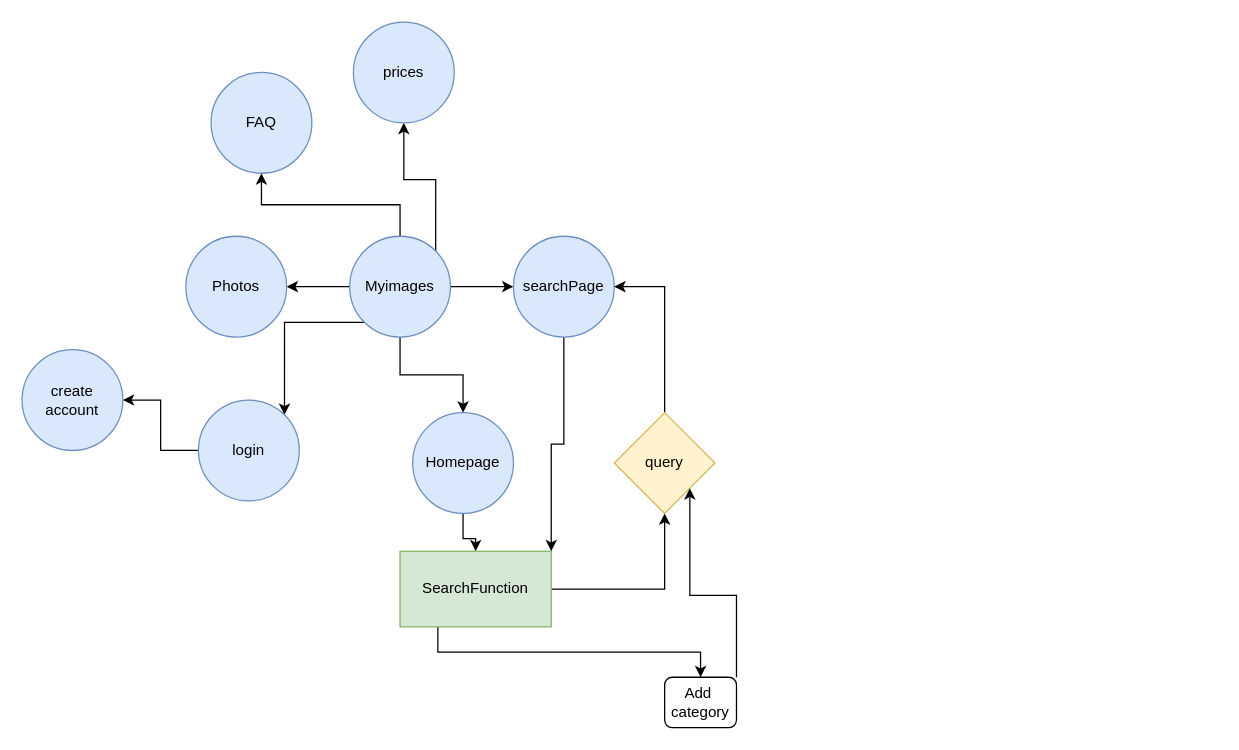
This is flowChart.drawio from JoakimSP/my-images, a draw.io file, before an edit. Source tidied: cells renumbered, new cells numbered last; positions are measured from the earlier drawing's top-left corner, leaving out a move shared by most shapes. Both pictures are drawn from the tidied source at 126%, with x=0, y=0 at pixel (21, 21).
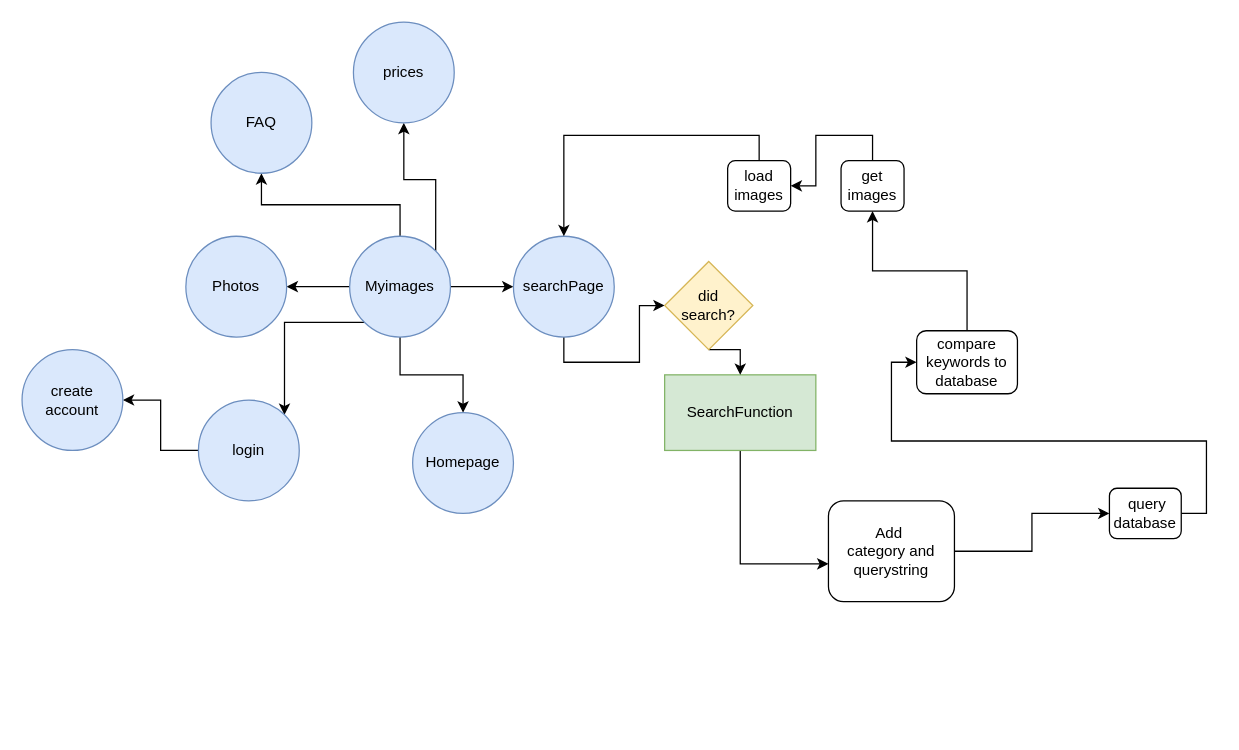
The same diagram, later.

Unchanged cells that the change refers to:
```xml
<mxCell id="10" value="Homepage" style="ellipse;whiteSpace=wrap;html=1;fillColor=#dae8fc;strokeColor=#6c8ebf;" parent="1" vertex="1">
  <mxGeometry x="310" y="310" width="80" height="80" as="geometry" />
</mxCell>
<mxCell id="15" value="searchPage" style="ellipse;whiteSpace=wrap;html=1;fillColor=#dae8fc;strokeColor=#6c8ebf;" parent="1" vertex="1">
  <mxGeometry x="390" y="170" width="80" height="80" as="geometry" />
</mxCell>
```

Change to the diagram source:
```diff
@@
-    <mxCell id="9" style="edgeStyle=orthogonalEdgeStyle;rounded=0;jettySize=auto;html=1;exitX=0.5;exitY=1;exitDx=0;exitDy=0;" parent="1" edge="1" source="10" target="13">
-      <mxGeometry relative="1" as="geometry" />
-    </mxCell>
@@
-    <mxCell id="11" style="edgeStyle=orthogonalEdgeStyle;rounded=0;jettySize=auto;html=1;exitX=1;exitY=0.5;exitDx=0;exitDy=0;entryX=0.5;entryY=1;entryDx=0;entryDy=0;" parent="1" edge="1" source="13" target="23">
-      <mxGeometry relative="1" as="geometry" />
-    </mxCell>
-    <mxCell id="12" style="edgeStyle=orthogonalEdgeStyle;rounded=0;jettySize=auto;html=1;exitX=0.25;exitY=1;exitDx=0;exitDy=0;entryX=0.5;entryY=0;entryDx=0;entryDy=0;" parent="1" edge="1" source="13" target="25">
-      <mxGeometry relative="1" as="geometry" />
-    </mxCell>
+    <mxCell id="26" style="edgeStyle=orthogonalEdgeStyle;rounded=0;jettySize=auto;html=1;exitX=0.5;exitY=1;exitDx=0;exitDy=0;entryX=0;entryY=0.625;entryDx=0;entryDy=0;entryPerimeter=0;" parent="1" edge="1" source="13" target="39">
+      <mxGeometry relative="1" as="geometry" />
+    </mxCell>
     <mxCell id="13" value="SearchFunction" style="whiteSpace=wrap;html=1;fillColor=#d5e8d4;strokeColor=#82b366;" parent="1" vertex="1">
-      <mxGeometry x="300" y="420" width="120" height="60" as="geometry" />
+      <mxGeometry x="510" y="280" width="120" height="60" as="geometry" />
     </mxCell>
-    <mxCell id="14" style="edgeStyle=orthogonalEdgeStyle;rounded=0;jettySize=auto;html=1;exitX=0.5;exitY=1;exitDx=0;exitDy=0;entryX=1;entryY=0;entryDx=0;entryDy=0;" parent="1" edge="1" source="15" target="13">
-      <mxGeometry relative="1" as="geometry" />
-    </mxCell>
+    <mxCell id="27" style="edgeStyle=orthogonalEdgeStyle;rounded=0;jettySize=auto;html=1;exitX=0.5;exitY=1;exitDx=0;exitDy=0;entryX=0;entryY=0.5;entryDx=0;entryDy=0;" parent="1" edge="1" source="15" target="37">
+      <mxGeometry relative="1" as="geometry" />
+    </mxCell>
@@
-    <mxCell id="22" style="edgeStyle=orthogonalEdgeStyle;rounded=0;jettySize=auto;html=1;exitX=0.5;exitY=0;exitDx=0;exitDy=0;entryX=1;entryY=0.5;entryDx=0;entryDy=0;" parent="1" edge="1" source="23" target="15">
-      <mxGeometry relative="1" as="geometry" />
-    </mxCell>
-    <mxCell id="23" value="query" style="rhombus;whiteSpace=wrap;html=1;fillColor=#fff2cc;strokeColor=#d6b656;" parent="1" vertex="1">
-      <mxGeometry x="470" y="310" width="80" height="80" as="geometry" />
-    </mxCell>
-    <mxCell id="24" style="edgeStyle=orthogonalEdgeStyle;rounded=0;jettySize=auto;html=1;exitX=1;exitY=0;exitDx=0;exitDy=0;entryX=1;entryY=1;entryDx=0;entryDy=0;" parent="1" edge="1" source="25" target="23">
-      <mxGeometry relative="1" as="geometry" />
-    </mxCell>
-    <mxCell id="25" value="Add&amp;nbsp;&lt;br&gt;category" style="rounded=1;whiteSpace=wrap;html=1;" parent="1" vertex="1">
-      <mxGeometry x="510" y="520" width="57" height="40" as="geometry" />
-    </mxCell>
+    <mxCell id="28" style="edgeStyle=orthogonalEdgeStyle;rounded=0;jettySize=auto;html=1;exitX=1;exitY=0.5;exitDx=0;exitDy=0;entryX=0;entryY=0.5;entryDx=0;entryDy=0;" parent="1" edge="1" source="29" target="31">
+      <mxGeometry relative="1" as="geometry" />
+    </mxCell>
+    <mxCell id="29" value="&amp;nbsp;query database" style="rounded=1;whiteSpace=wrap;html=1;" parent="1" vertex="1">
+      <mxGeometry x="863" y="370" width="57" height="40" as="geometry" />
+    </mxCell>
+    <mxCell id="30" style="edgeStyle=orthogonalEdgeStyle;rounded=0;jettySize=auto;html=1;exitX=0.5;exitY=0;exitDx=0;exitDy=0;entryX=0.5;entryY=1;entryDx=0;entryDy=0;" parent="1" edge="1" source="31" target="35">
+      <mxGeometry relative="1" as="geometry" />
+    </mxCell>
+    <mxCell id="31" value="compare keywords to database" style="rounded=1;whiteSpace=wrap;html=1;" parent="1" vertex="1">
+      <mxGeometry x="710" y="245" width="80" height="50" as="geometry" />
+    </mxCell>
+    <mxCell id="32" style="edgeStyle=orthogonalEdgeStyle;rounded=0;jettySize=auto;html=1;exitX=0.5;exitY=0;exitDx=0;exitDy=0;entryX=0.5;entryY=0;entryDx=0;entryDy=0;" parent="1" edge="1" source="33" target="15">
+      <mxGeometry relative="1" as="geometry" />
+    </mxCell>
+    <mxCell id="33" value="load &lt;br&gt;images" style="rounded=1;whiteSpace=wrap;html=1;" parent="1" vertex="1">
+      <mxGeometry x="560" y="110" width="50" height="40" as="geometry" />
+    </mxCell>
+    <mxCell id="34" style="edgeStyle=orthogonalEdgeStyle;rounded=0;jettySize=auto;html=1;exitX=0.5;exitY=0;exitDx=0;exitDy=0;entryX=1;entryY=0.5;entryDx=0;entryDy=0;" parent="1" edge="1" source="35" target="33">
+      <mxGeometry relative="1" as="geometry" />
+    </mxCell>
+    <mxCell id="35" value="get&lt;br&gt;images" style="rounded=1;whiteSpace=wrap;html=1;" parent="1" vertex="1">
+      <mxGeometry x="650" y="110" width="50" height="40" as="geometry" />
+    </mxCell>
+    <mxCell id="36" style="edgeStyle=orthogonalEdgeStyle;rounded=0;jettySize=auto;html=1;exitX=0.5;exitY=1;exitDx=0;exitDy=0;entryX=0.5;entryY=0;entryDx=0;entryDy=0;" parent="1" edge="1" source="37" target="13">
+      <mxGeometry relative="1" as="geometry" />
+    </mxCell>
+    <mxCell id="37" value="did&lt;br&gt;search?" style="rhombus;whiteSpace=wrap;html=1;fillColor=#fff2cc;strokeColor=#d6b656;" parent="1" vertex="1">
+      <mxGeometry x="510" y="190" width="70" height="70" as="geometry" />
+    </mxCell>
+    <mxCell id="38" style="edgeStyle=orthogonalEdgeStyle;rounded=0;jettySize=auto;html=1;exitX=1;exitY=0.5;exitDx=0;exitDy=0;entryX=0;entryY=0.5;entryDx=0;entryDy=0;" parent="1" edge="1" source="39" target="29">
+      <mxGeometry relative="1" as="geometry" />
+    </mxCell>
+    <mxCell id="39" value="Add&amp;nbsp;&lt;br&gt;category and&lt;br&gt;querystring" style="rounded=1;whiteSpace=wrap;html=1;" parent="1" vertex="1">
+      <mxGeometry x="640" y="380" width="100" height="80" as="geometry" />
+    </mxCell>
```
